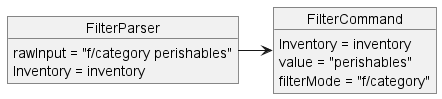
This is docs/UML/Filter/FilterStep3Tag.png from nus-cs2113-AY2223S2/tp, a PlantUML export, as it was before one commit. Its diagram source:
```plantuml
@startuml
object FilterParser{
    rawInput = "f/category perishables"
    Inventory = inventory
}
object FilterCommand{
    Inventory = inventory
    value = "perishables"
    filterMode = "f/category"
}
FilterParser -> FilterCommand
@enduml
```
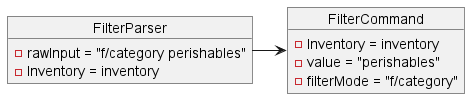
Above is the later version.

Change to the diagram source:
```diff
@@ -1,12 +1,12 @@
 @startuml
 object FilterParser{
-    rawInput = "f/category perishables"
-    Inventory = inventory
+    - rawInput = "f/category perishables"
+    - Inventory = inventory
 }
 object FilterCommand{
-    Inventory = inventory
-    value = "perishables"
-    filterMode = "f/category"
+    - Inventory = inventory
+    - value = "perishables"
+    - filterMode = "f/category"
 }
 FilterParser -> FilterCommand
 @enduml
```
